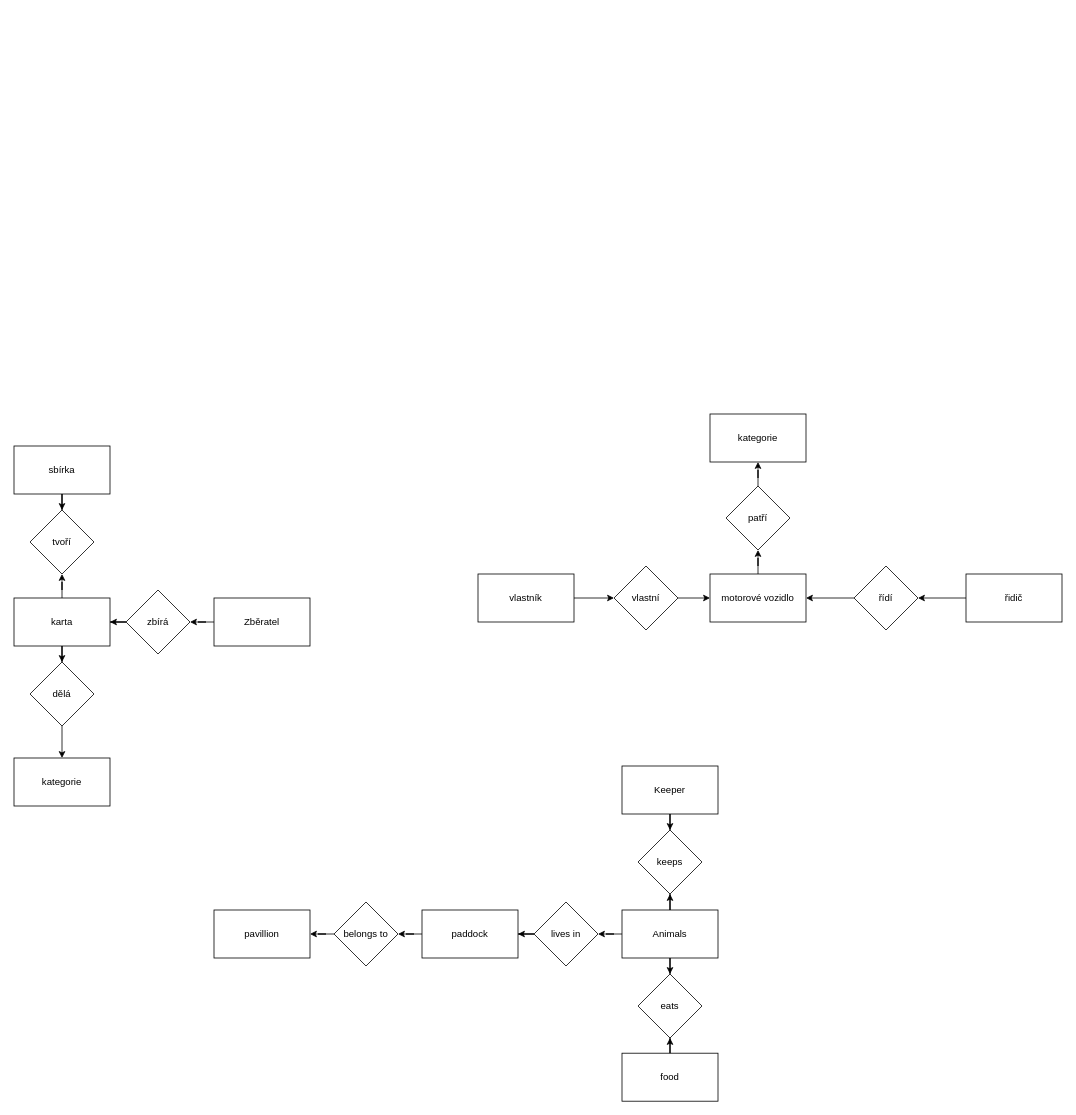
Above: Python/hry/Diagram bez názvu.drawio in Midllock/school_python (draw.io), before the change. Source tidied: cells renumbered, new cells numbered last; positions are measured from the earlier drawing's top-left corner, leaving out a move shared by most shapes. Both pictures are drawn from the tidied source at 80%, with x=0, y=0 at pixel (14, 414).
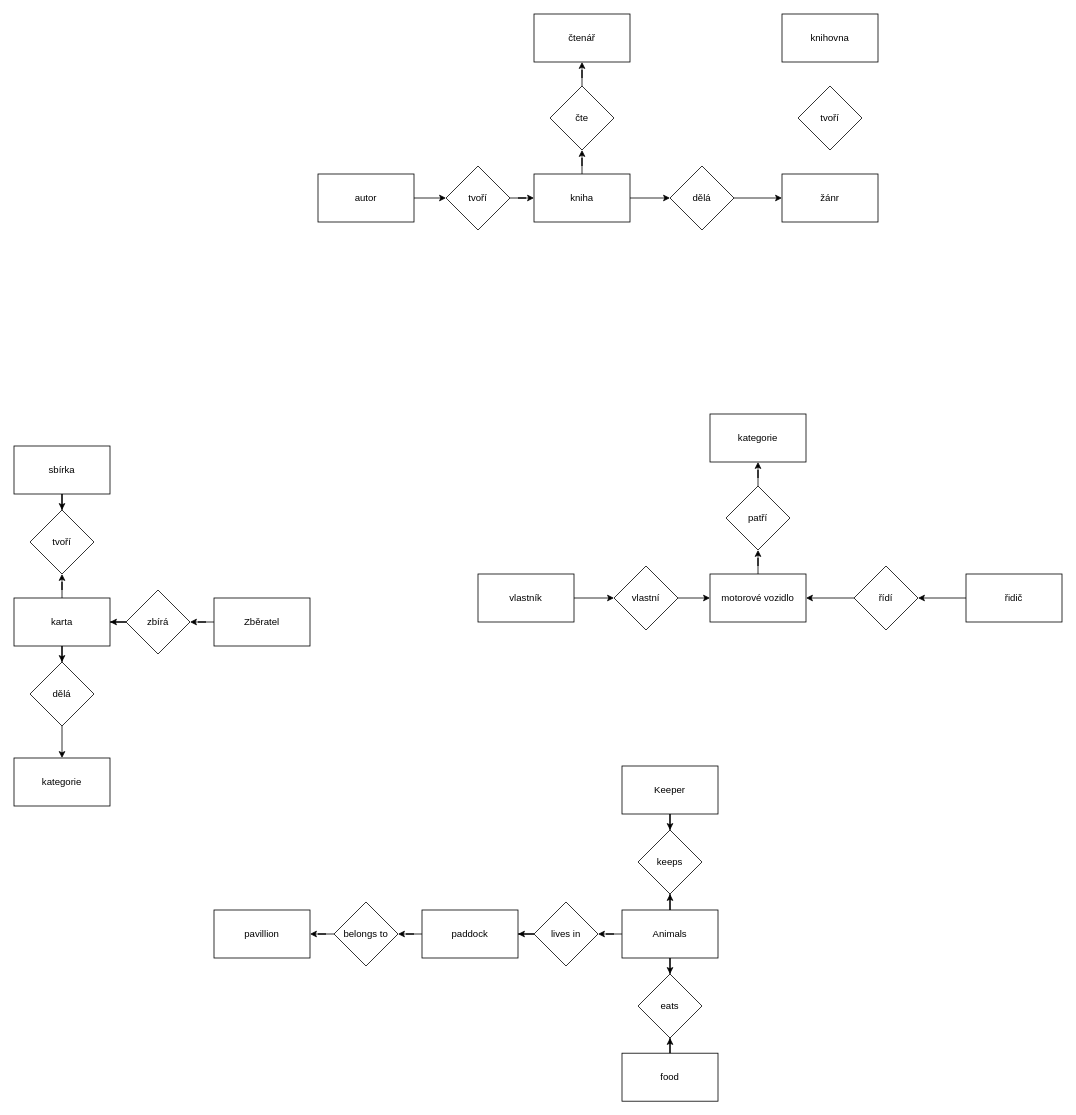
The same diagram, later.

The edit, as a diff of the source:
```diff
@@
+    <mxCell id="45" value="čtenář" style="rounded=0;whiteSpace=wrap;html=1;" parent="1" vertex="1">
+      <mxGeometry x="650" y="-500" width="120" height="60" as="geometry" />
+    </mxCell>
+    <mxCell id="46" value="žánr" style="rounded=0;whiteSpace=wrap;html=1;" parent="1" vertex="1">
+      <mxGeometry x="960" y="-300" width="120" height="60" as="geometry" />
+    </mxCell>
+    <mxCell id="47" style="edgeStyle=orthogonalEdgeStyle;rounded=0;jettySize=auto;html=1;entryX=0.5;entryY=1;entryDx=0;entryDy=0;" parent="1" edge="1" source="49" target="57">
+      <mxGeometry relative="1" as="geometry" />
+    </mxCell>
+    <mxCell id="48" style="edgeStyle=orthogonalEdgeStyle;rounded=0;jettySize=auto;html=1;entryX=0;entryY=0.5;entryDx=0;entryDy=0;" parent="1" edge="1" source="49" target="53">
+      <mxGeometry relative="1" as="geometry" />
+    </mxCell>
+    <mxCell id="49" value="kniha" style="rounded=0;whiteSpace=wrap;html=1;" parent="1" vertex="1">
+      <mxGeometry x="650" y="-300" width="120" height="60" as="geometry" />
+    </mxCell>
+    <mxCell id="50" style="edgeStyle=orthogonalEdgeStyle;rounded=0;jettySize=auto;html=1;entryX=0;entryY=0.5;entryDx=0;entryDy=0;" parent="1" edge="1" source="51" target="55">
+      <mxGeometry relative="1" as="geometry" />
+    </mxCell>
+    <mxCell id="51" value="autor" style="rounded=0;whiteSpace=wrap;html=1;" parent="1" vertex="1">
+      <mxGeometry x="380" y="-300" width="120" height="60" as="geometry" />
+    </mxCell>
+    <mxCell id="52" style="edgeStyle=orthogonalEdgeStyle;rounded=0;jettySize=auto;html=1;entryX=0;entryY=0.5;entryDx=0;entryDy=0;" parent="1" edge="1" source="53" target="46">
+      <mxGeometry relative="1" as="geometry" />
+    </mxCell>
+    <mxCell id="53" value="dělá" style="rhombus;whiteSpace=wrap;html=1;" parent="1" vertex="1">
+      <mxGeometry x="820" y="-310" width="80" height="80" as="geometry" />
+    </mxCell>
+    <mxCell id="54" style="edgeStyle=orthogonalEdgeStyle;rounded=0;jettySize=auto;html=1;entryX=0;entryY=0.5;entryDx=0;entryDy=0;" parent="1" edge="1" source="55" target="49">
+      <mxGeometry relative="1" as="geometry" />
+    </mxCell>
+    <mxCell id="55" value="tvoří" style="rhombus;whiteSpace=wrap;html=1;" parent="1" vertex="1">
+      <mxGeometry x="540" y="-310" width="80" height="80" as="geometry" />
+    </mxCell>
+    <mxCell id="56" style="edgeStyle=orthogonalEdgeStyle;rounded=0;jettySize=auto;html=1;entryX=0.5;entryY=1;entryDx=0;entryDy=0;" parent="1" edge="1" source="57" target="45">
+      <mxGeometry relative="1" as="geometry" />
+    </mxCell>
+    <mxCell id="57" value="čte" style="rhombus;whiteSpace=wrap;html=1;" parent="1" vertex="1">
+      <mxGeometry x="670" y="-410" width="80" height="80" as="geometry" />
+    </mxCell>
+    <mxCell id="58" value="knihovna" style="rounded=0;whiteSpace=wrap;html=1;" parent="1" vertex="1">
+      <mxGeometry x="960" y="-500" width="120" height="60" as="geometry" />
+    </mxCell>
+    <mxCell id="59" value="tvoří" style="rhombus;whiteSpace=wrap;html=1;" parent="1" vertex="1">
+      <mxGeometry x="980" y="-410" width="80" height="80" as="geometry" />
+    </mxCell>
```
